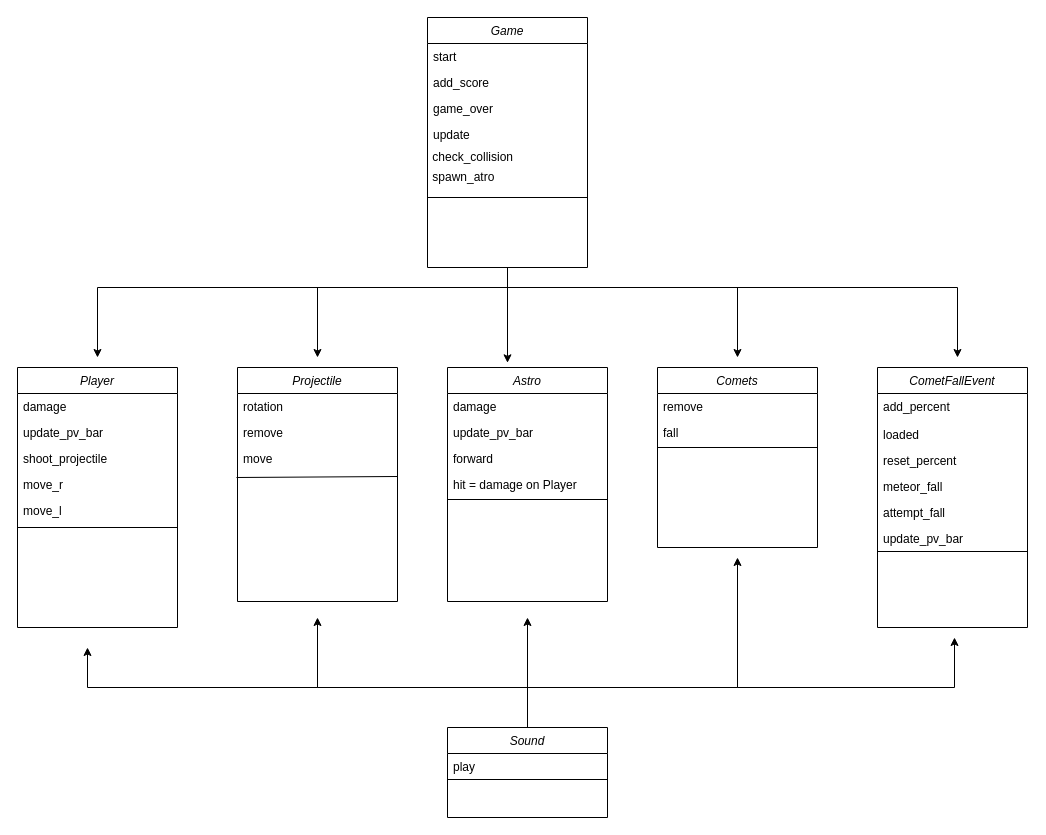
The draw.io diagram Untitled Diagram.drawio in Walidheck/oc20, before the edit. Source tidied: cells renumbered, new cells numbered last; positions are measured from the earlier drawing's top-left corner, leaving out a move shared by most shapes. Both pictures are drawn from the tidied source at 100%, with x=0, y=0 at pixel (17, 17).
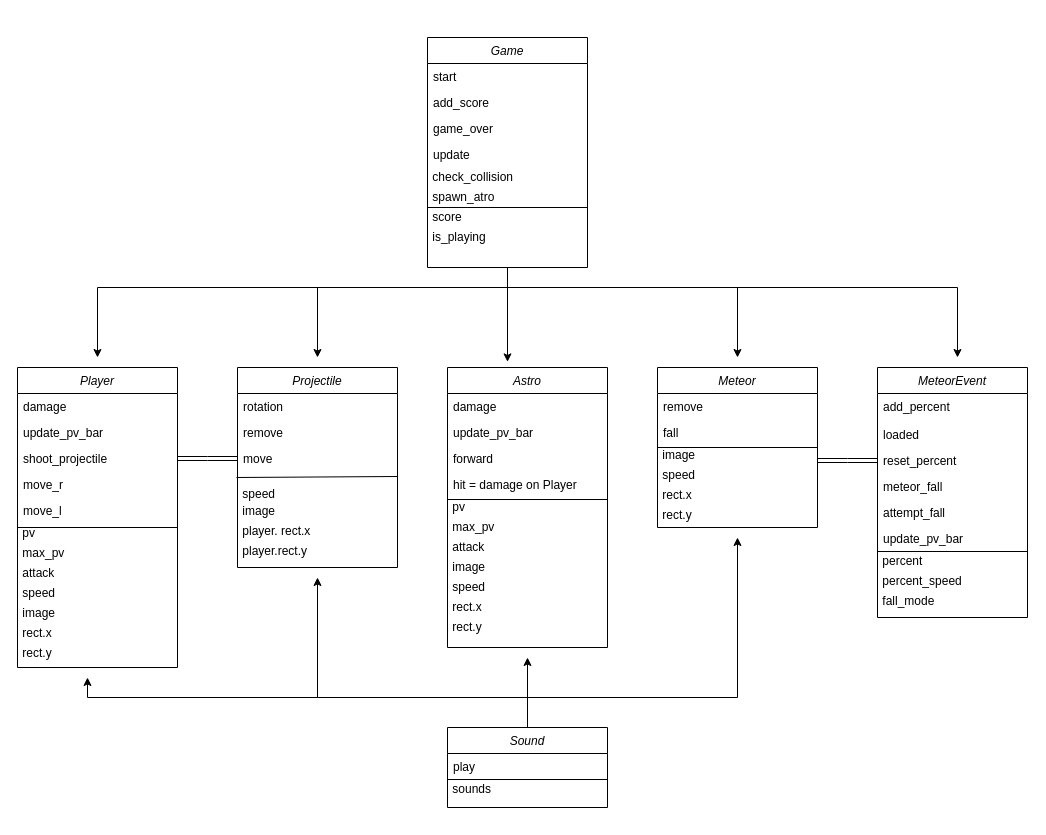
The same page after the edit.

The change refers to these unchanged cells:
```xml
<mxCell id="17" value="shoot_projectile" style="text;align=left;verticalAlign=top;spacingLeft=4;spacingRight=4;overflow=hidden;points=[[0,0.5],[1,0.5]];portConstraint=eastwest;rounded=0;shadow=0;html=0;" parent="14" vertex="1">
  <mxGeometry y="78" width="160" height="26" as="geometry" />
</mxCell>
<mxCell id="24" value="move" style="text;align=left;verticalAlign=top;spacingLeft=4;spacingRight=4;overflow=hidden;points=[[0,0.5],[1,0.5]];portConstraint=eastwest;rounded=0;shadow=0;html=0;" parent="21" vertex="1">
  <mxGeometry y="78" width="160" height="26" as="geometry" />
</mxCell>
<mxCell id="35" value="reset_percent" style="text;align=left;verticalAlign=top;spacingLeft=4;spacingRight=4;overflow=hidden;points=[[0,0.5],[1,0.5]];portConstraint=eastwest;rounded=0;shadow=0;html=0;" parent="32" vertex="1">
  <mxGeometry y="80" width="150" height="26" as="geometry" />
</mxCell>
```

What changed in the source:
```diff
@@
     <mxCell id="3" style="edgeStyle=orthogonalEdgeStyle;rounded=0;jettySize=auto;html=1;exitX=0.75;exitY=1;exitDx=0;exitDy=0;" parent="1" edge="1" source="6">
       <mxGeometry relative="1" as="geometry">
         <mxPoint x="720" y="340" as="targetPoint" />
         <Array as="points">
+          <mxPoint x="530" y="250" />
           <mxPoint x="490" y="250" />
           <mxPoint x="490" y="270" />
           <mxPoint x="720" y="270" />
         </Array>
       </mxGeometry>
     </mxCell>
@@
     <mxCell id="6" value="Game" style="swimlane;fontStyle=2;align=center;verticalAlign=top;horizontal=1;startSize=26;rounded=0;shadow=0;strokeWidth=1;" parent="1" vertex="1">
-      <mxGeometry x="410" width="160" height="250" as="geometry" />
+      <mxGeometry x="410" y="20" width="160" height="230" as="geometry" />
     </mxCell>
@@
-    <mxCell id="12" style="endArrow=none;html=1;entryX=1.031;entryY=1.077;entryDx=0;entryDy=0;entryPerimeter=0;" parent="6" edge="1">
-      <mxGeometry relative="1" as="geometry">
-        <mxPoint y="180" as="sourcePoint" />
-        <mxPoint x="160" y="180" as="targetPoint" />
-      </mxGeometry>
-    </mxCell>
@@
+    <mxCell id="53" style="endArrow=none;html=1;entryX=1.031;entryY=1.077;entryDx=0;entryDy=0;entryPerimeter=0;" parent="6" edge="1">
+      <mxGeometry relative="1" as="geometry">
+        <mxPoint y="170" as="sourcePoint" />
+        <mxPoint x="160" y="170" as="targetPoint" />
+      </mxGeometry>
+    </mxCell>
+    <mxCell id="54" value="&amp;nbsp;score" style="text;html=1;align=left;verticalAlign=middle;strokeColor=none;" parent="6" vertex="1">
+      <mxGeometry y="170" width="160" height="20" as="geometry" />
+    </mxCell>
+    <mxCell id="55" value="&amp;nbsp;is_playing" style="text;html=1;align=left;verticalAlign=middle;strokeColor=none;" parent="6" vertex="1">
+      <mxGeometry y="190" width="160" height="20" as="geometry" />
+    </mxCell>
     <mxCell id="14" value="Player" style="swimlane;fontStyle=2;align=center;verticalAlign=top;horizontal=1;startSize=26;rounded=0;shadow=0;strokeWidth=1;" parent="1" vertex="1">
-      <mxGeometry y="350" width="160" height="260" as="geometry" />
+      <mxGeometry y="350" width="160" height="300" as="geometry" />
     </mxCell>
@@
+    <mxCell id="56" value="&amp;nbsp;pv" style="text;html=1;align=left;verticalAlign=middle;strokeColor=none;" parent="14" vertex="1">
+      <mxGeometry y="156" width="160" height="20" as="geometry" />
+    </mxCell>
+    <mxCell id="57" value="&amp;nbsp;max_pv" style="text;html=1;align=left;verticalAlign=middle;strokeColor=none;" parent="14" vertex="1">
+      <mxGeometry y="176" width="160" height="20" as="geometry" />
+    </mxCell>
+    <mxCell id="58" value="&amp;nbsp;attack" style="text;html=1;align=left;verticalAlign=middle;strokeColor=none;" parent="14" vertex="1">
+      <mxGeometry y="196" width="160" height="20" as="geometry" />
+    </mxCell>
+    <mxCell id="59" value="&amp;nbsp;speed" style="text;html=1;align=left;verticalAlign=middle;strokeColor=none;" parent="14" vertex="1">
+      <mxGeometry y="216" width="160" height="20" as="geometry" />
+    </mxCell>
+    <mxCell id="60" value="&amp;nbsp;image" style="text;html=1;align=left;verticalAlign=middle;strokeColor=none;" parent="14" vertex="1">
+      <mxGeometry y="236" width="160" height="20" as="geometry" />
+    </mxCell>
+    <mxCell id="61" value="&amp;nbsp;rect.x&amp;nbsp;" style="text;html=1;align=left;verticalAlign=middle;strokeColor=none;" parent="14" vertex="1">
+      <mxGeometry y="256" width="160" height="20" as="geometry" />
+    </mxCell>
+    <mxCell id="62" value="&amp;nbsp;rect.y" style="text;html=1;align=left;verticalAlign=middle;strokeColor=none;" parent="14" vertex="1">
+      <mxGeometry y="276" width="160" height="20" as="geometry" />
+    </mxCell>
     <mxCell id="21" value="Projectile" style="swimlane;fontStyle=2;align=center;verticalAlign=top;horizontal=1;startSize=26;rounded=0;shadow=0;strokeWidth=1;" parent="1" vertex="1">
-      <mxGeometry x="220" y="350" width="160" height="234" as="geometry" />
+      <mxGeometry x="220" y="350" width="160" height="200" as="geometry" />
     </mxCell>
@@
+    <mxCell id="63" value="&lt;br&gt;&amp;nbsp;speed" style="text;html=1;align=left;verticalAlign=middle;strokeColor=none;" parent="21" vertex="1">
+      <mxGeometry y="104" width="160" height="30" as="geometry" />
+    </mxCell>
+    <mxCell id="64" value="&amp;nbsp;image" style="text;html=1;align=left;verticalAlign=middle;strokeColor=none;" parent="21" vertex="1">
+      <mxGeometry y="134" width="160" height="20" as="geometry" />
+    </mxCell>
+    <mxCell id="65" value="&amp;nbsp;player. rect.x" style="text;html=1;align=left;verticalAlign=middle;strokeColor=none;" parent="21" vertex="1">
+      <mxGeometry y="154" width="160" height="20" as="geometry" />
+    </mxCell>
+    <mxCell id="66" value="&amp;nbsp;player.rect.y" style="text;html=1;align=left;verticalAlign=middle;strokeColor=none;" parent="21" vertex="1">
+      <mxGeometry y="174" width="160" height="20" as="geometry" />
+    </mxCell>
     <mxCell id="26" value="Astro" style="swimlane;fontStyle=2;align=center;verticalAlign=top;horizontal=1;startSize=26;rounded=0;shadow=0;strokeWidth=1;" parent="1" vertex="1">
-      <mxGeometry x="430" y="350" width="160" height="234" as="geometry" />
+      <mxGeometry x="430" y="350" width="160" height="280" as="geometry" />
     </mxCell>
@@
+    <mxCell id="67" value="&amp;nbsp;pv" style="text;html=1;align=left;verticalAlign=middle;strokeColor=none;" parent="26" vertex="1">
+      <mxGeometry y="130" width="160" height="20" as="geometry" />
+    </mxCell>
+    <mxCell id="68" value="&amp;nbsp;max_pv" style="text;html=1;align=left;verticalAlign=middle;strokeColor=none;" parent="26" vertex="1">
+      <mxGeometry y="150" width="160" height="20" as="geometry" />
+    </mxCell>
+    <mxCell id="69" value="&amp;nbsp;attack" style="text;html=1;align=left;verticalAlign=middle;strokeColor=none;" parent="26" vertex="1">
+      <mxGeometry y="170" width="160" height="20" as="geometry" />
+    </mxCell>
+    <mxCell id="70" value="&amp;nbsp;image" style="text;html=1;align=left;verticalAlign=middle;strokeColor=none;" parent="26" vertex="1">
+      <mxGeometry y="190" width="160" height="20" as="geometry" />
+    </mxCell>
+    <mxCell id="71" value="&amp;nbsp;speed" style="text;html=1;align=left;verticalAlign=middle;strokeColor=none;" parent="26" vertex="1">
+      <mxGeometry y="210" width="160" height="20" as="geometry" />
+    </mxCell>
+    <mxCell id="72" value="&amp;nbsp;rect.x" style="text;html=1;align=left;verticalAlign=middle;strokeColor=none;" parent="26" vertex="1">
+      <mxGeometry y="230" width="160" height="20" as="geometry" />
+    </mxCell>
+    <mxCell id="73" value="&amp;nbsp;rect.y" style="text;html=1;align=left;verticalAlign=middle;strokeColor=none;" parent="26" vertex="1">
+      <mxGeometry y="250" width="160" height="20" as="geometry" />
+    </mxCell>
-    <mxCell id="32" value="CometFallEvent" style="swimlane;fontStyle=2;align=center;verticalAlign=top;horizontal=1;startSize=26;rounded=0;shadow=0;strokeWidth=1;" parent="1" vertex="1">
-      <mxGeometry x="860" y="350" width="150" height="260" as="geometry" />
+    <mxCell id="32" value="MeteorEvent" style="swimlane;fontStyle=2;align=center;verticalAlign=top;horizontal=1;startSize=26;rounded=0;shadow=0;strokeWidth=1;" parent="1" vertex="1">
+      <mxGeometry x="860" y="350" width="150" height="250" as="geometry" />
     </mxCell>
@@
+    <mxCell id="74" value="&amp;nbsp;percent" style="text;html=1;align=left;verticalAlign=middle;strokeColor=none;" parent="32" vertex="1">
+      <mxGeometry y="184" width="150" height="20" as="geometry" />
+    </mxCell>
+    <mxCell id="75" value="&amp;nbsp;percent_speed" style="text;html=1;align=left;verticalAlign=middle;strokeColor=none;" parent="32" vertex="1">
+      <mxGeometry y="204" width="150" height="20" as="geometry" />
+    </mxCell>
+    <mxCell id="76" value="&amp;nbsp;fall_mode" style="text;html=1;align=left;verticalAlign=middle;strokeColor=none;" parent="32" vertex="1">
+      <mxGeometry y="224" width="150" height="20" as="geometry" />
+    </mxCell>
+    <mxCell id="77" style="edgeStyle=elbowEdgeStyle;shape=link;rounded=0;jettySize=auto;elbow=vertical;html=1;entryX=0;entryY=0.5;entryDx=0;entryDy=0;" parent="1" edge="1" target="35">
+      <mxGeometry relative="1" as="geometry">
+        <mxPoint x="800" y="443" as="sourcePoint" />
+      </mxGeometry>
+    </mxCell>
-    <mxCell id="40" value="Comets" style="swimlane;fontStyle=2;align=center;verticalAlign=top;horizontal=1;startSize=26;rounded=0;shadow=0;strokeWidth=1;" parent="1" vertex="1">
-      <mxGeometry x="640" y="350" width="160" height="180" as="geometry" />
+    <mxCell id="40" value="Meteor" style="swimlane;fontStyle=2;align=center;verticalAlign=top;horizontal=1;startSize=26;rounded=0;shadow=0;strokeWidth=1;" parent="1" vertex="1">
+      <mxGeometry x="640" y="350" width="160" height="160" as="geometry" />
     </mxCell>
@@
+    <mxCell id="78" value="&amp;nbsp;image" style="text;html=1;align=left;verticalAlign=middle;strokeColor=none;" parent="40" vertex="1">
+      <mxGeometry y="78" width="160" height="20" as="geometry" />
+    </mxCell>
+    <mxCell id="79" value="&amp;nbsp;speed" style="text;html=1;align=left;verticalAlign=middle;strokeColor=none;" parent="40" vertex="1">
+      <mxGeometry y="98" width="160" height="20" as="geometry" />
+    </mxCell>
+    <mxCell id="80" value="&amp;nbsp;rect.x" style="text;html=1;align=left;verticalAlign=middle;strokeColor=none;" parent="40" vertex="1">
+      <mxGeometry y="118" width="160" height="20" as="geometry" />
+    </mxCell>
+    <mxCell id="81" value="&amp;nbsp;rect.y" style="text;html=1;align=left;verticalAlign=middle;strokeColor=none;" parent="40" vertex="1">
+      <mxGeometry y="138" width="160" height="20" as="geometry" />
+    </mxCell>
@@
     <mxCell id="45" value="Sound" style="swimlane;fontStyle=2;align=center;verticalAlign=top;horizontal=1;startSize=26;rounded=0;shadow=0;strokeWidth=1;" parent="1" vertex="1">
-      <mxGeometry x="430" y="710" width="160" height="90" as="geometry" />
+      <mxGeometry x="430" y="710" width="160" height="80" as="geometry" />
     </mxCell>
@@
+    <mxCell id="82" value="&amp;nbsp;sounds" style="text;html=1;align=left;verticalAlign=middle;strokeColor=none;" parent="45" vertex="1">
+      <mxGeometry y="52" width="160" height="20" as="geometry" />
+    </mxCell>
     <mxCell id="48" style="edgeStyle=none;rounded=0;jettySize=auto;html=1;exitX=0.5;exitY=0;exitDx=0;exitDy=0;" parent="1" edge="1" source="45">
       <mxGeometry relative="1" as="geometry">
-        <mxPoint x="510" y="600" as="targetPoint" />
+        <mxPoint x="510" y="640" as="targetPoint" />
       </mxGeometry>
     </mxCell>
     <mxCell id="49" style="edgeStyle=orthogonalEdgeStyle;rounded=0;jettySize=auto;html=1;exitX=0.5;exitY=0;exitDx=0;exitDy=0;" parent="1" edge="1" source="45">
       <mxGeometry relative="1" as="geometry">
-        <mxPoint x="300" y="600" as="targetPoint" />
+        <mxPoint x="300" y="560" as="targetPoint" />
         <Array as="points">
-          <mxPoint x="510" y="710" />
-          <mxPoint x="510" y="670" />
-          <mxPoint x="300" y="670" />
+          <mxPoint x="510" y="680" />
+          <mxPoint x="300" y="680" />
         </Array>
       </mxGeometry>
     </mxCell>
     <mxCell id="50" style="edgeStyle=orthogonalEdgeStyle;rounded=0;orthogonalLoop=1;jettySize=auto;html=1;exitX=0.5;exitY=1;exitDx=0;exitDy=0;" parent="1" edge="1">
       <mxGeometry relative="1" as="geometry">
-        <mxPoint x="300" y="630" as="sourcePoint" />
-        <mxPoint x="70" y="630" as="targetPoint" />
+        <mxPoint x="300" y="640" as="sourcePoint" />
+        <mxPoint x="70" y="660" as="targetPoint" />
         <Array as="points">
-          <mxPoint x="300" y="670" />
-          <mxPoint x="70" y="670" />
-          <mxPoint x="70" y="630" />
+          <mxPoint x="300" y="680" />
+          <mxPoint x="70" y="680" />
         </Array>
       </mxGeometry>
     </mxCell>
     <mxCell id="51" style="edgeStyle=orthogonalEdgeStyle;rounded=0;jettySize=auto;html=1;exitX=0.5;exitY=0;exitDx=0;exitDy=0;" parent="1" edge="1" source="45">
       <mxGeometry relative="1" as="geometry">
-        <mxPoint x="720" y="540" as="targetPoint" />
+        <mxPoint x="720" y="520" as="targetPoint" />
         <Array as="points">
-          <mxPoint x="510" y="670" />
-          <mxPoint x="720" y="670" />
+          <mxPoint x="510" y="680" />
+          <mxPoint x="720" y="680" />
         </Array>
       </mxGeometry>
     </mxCell>
-    <mxCell id="52" style="edgeStyle=orthogonalEdgeStyle;rounded=0;orthogonalLoop=1;jettySize=auto;html=1;" parent="1" edge="1">
-      <mxGeometry relative="1" as="geometry">
-        <mxPoint x="720" y="620" as="sourcePoint" />
-        <mxPoint x="937" y="620" as="targetPoint" />
-        <Array as="points">
-          <mxPoint x="720" y="620" />
-          <mxPoint x="720" y="670" />
-          <mxPoint x="937" y="670" />
-        </Array>
-      </mxGeometry>
-    </mxCell>
+    <mxCell id="83" style="edgeStyle=elbowEdgeStyle;shape=link;rounded=0;jettySize=auto;elbow=vertical;html=1;exitX=1;exitY=0.5;exitDx=0;exitDy=0;entryX=0;entryY=0.5;entryDx=0;entryDy=0;" parent="1" edge="1" source="17" target="24">
+      <mxGeometry relative="1" as="geometry" />
+    </mxCell>
```
